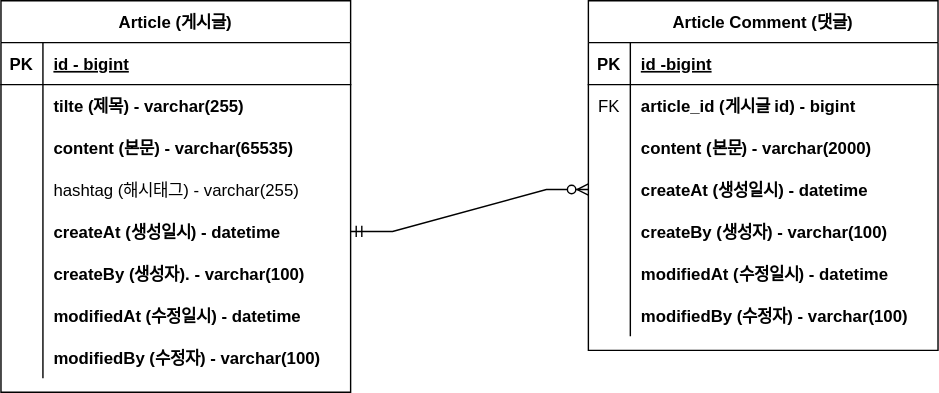
Earlier version of the draw.io export document/project-borad.svg (solfany/Spring-board-project). Source tidied: cells renumbered, new cells last; positions are measured from the earlier drawing's top-left corner, leaving out a move shared by most shapes.
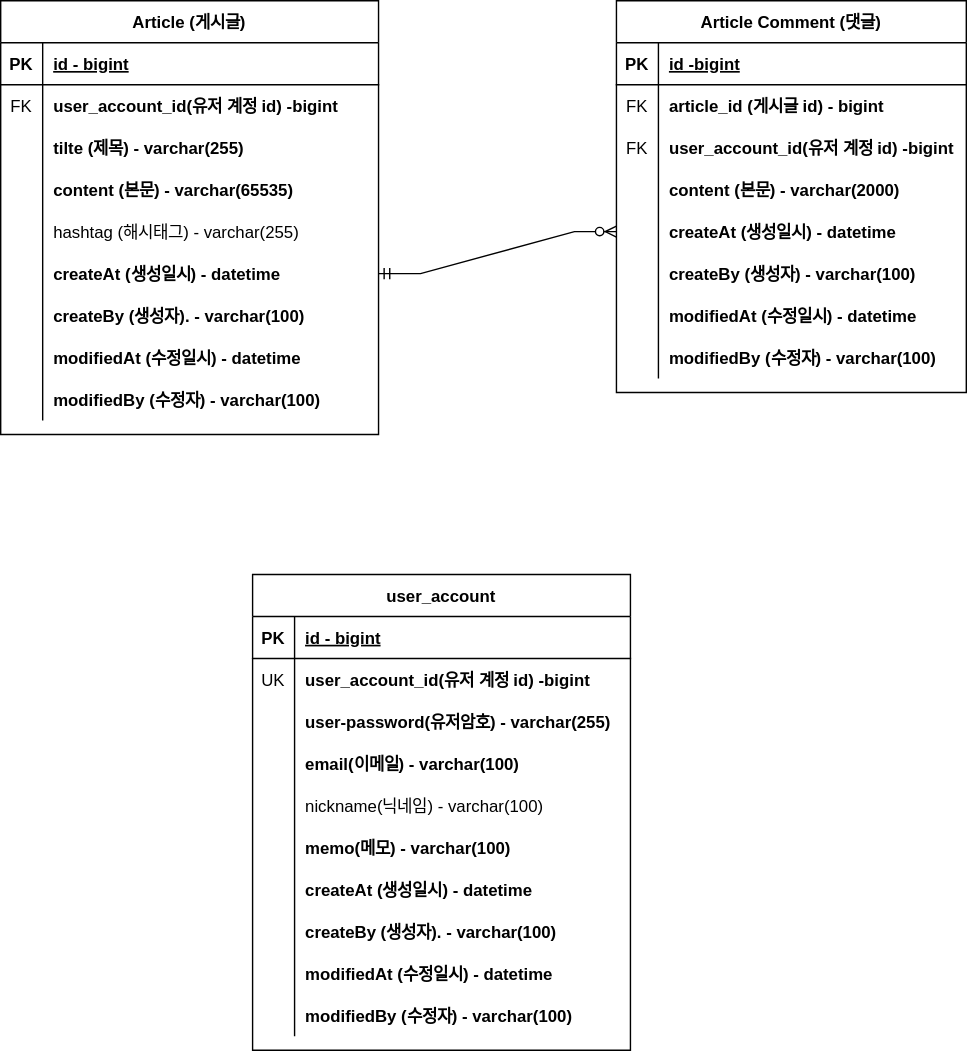
After the commit.

The edit, as a diff of the source:
```diff
@@ -3,82 +3,91 @@
     <mxCell id="0" />
     <mxCell id="1" parent="0" />
     <mxCell id="2" value="Article (게시글)" style="shape=table;startSize=30;rowLines=0;fontStyle=1;align=center;" parent="1" vertex="1">
-      <mxGeometry width="250" height="280" as="geometry" />
+      <mxGeometry x="-20" width="270" height="310" as="geometry" />
     </mxCell>
     <mxCell id="3" style="shape=partialRectangle;fillColor=none;top=0;left=0;right=0;bottom=1;" parent="2" vertex="1">
-      <mxGeometry y="30" width="250" height="30" as="geometry" />
+      <mxGeometry y="30" width="270" height="30" as="geometry" />
     </mxCell>
     <mxCell id="4" value="PK" style="shape=partialRectangle;overflow=hidden;fillColor=none;top=0;left=0;bottom=0;right=0;fontStyle=1;" parent="3" vertex="1">
       <mxGeometry width="30" height="30" as="geometry" />
     </mxCell>
     <mxCell id="5" value="id - bigint" style="shape=partialRectangle;overflow=hidden;fillColor=none;top=0;left=0;bottom=0;right=0;align=left;spacingLeft=6;fontStyle=5;" parent="3" vertex="1">
-      <mxGeometry x="30" width="220" height="30" as="geometry" />
+      <mxGeometry x="30" width="240" height="30" as="geometry" />
     </mxCell>
     <mxCell id="6" style="shape=partialRectangle;fillColor=none;top=0;left=0;right=0;bottom=0;" parent="2" vertex="1">
-      <mxGeometry y="60" width="250" height="30" as="geometry" />
+      <mxGeometry y="60" width="270" height="30" as="geometry" />
     </mxCell>
-    <mxCell id="7" style="shape=partialRectangle;overflow=hidden;fillColor=none;top=0;left=0;bottom=0;right=0;" parent="6" vertex="1">
+    <mxCell id="7" value="FK" style="shape=partialRectangle;overflow=hidden;fillColor=none;top=0;left=0;bottom=0;right=0;" parent="6" vertex="1">
       <mxGeometry width="30" height="30" as="geometry" />
     </mxCell>
-    <mxCell id="8" value="tilte (제목) - varchar(255)" style="shape=partialRectangle;overflow=hidden;fillColor=none;top=0;left=0;bottom=0;right=0;align=left;spacingLeft=6;fontStyle=1;" parent="6" vertex="1">
-      <mxGeometry x="30" width="220" height="30" as="geometry" />
+    <mxCell id="8" value="user_account_id(유저 계정 id) -bigint" style="shape=partialRectangle;overflow=hidden;fillColor=none;top=0;left=0;bottom=0;right=0;align=left;spacingLeft=6;fontStyle=1;" parent="6" vertex="1">
+      <mxGeometry x="30" width="240" height="30" as="geometry" />
     </mxCell>
+    <mxCell id="50" style="shape=partialRectangle;fillColor=none;top=0;left=0;right=0;bottom=0;" parent="2" vertex="1">
+      <mxGeometry y="90" width="270" height="30" as="geometry" />
+    </mxCell>
+    <mxCell id="51" style="shape=partialRectangle;overflow=hidden;fillColor=none;top=0;left=0;bottom=0;right=0;" parent="50" vertex="1">
+      <mxGeometry width="30" height="30" as="geometry" />
+    </mxCell>
+    <mxCell id="52" value="tilte (제목) - varchar(255)" style="shape=partialRectangle;overflow=hidden;fillColor=none;top=0;left=0;bottom=0;right=0;align=left;spacingLeft=6;fontStyle=1;" parent="50" vertex="1">
+      <mxGeometry x="30" width="240" height="30" as="geometry" />
+    </mxCell>
     <mxCell id="9" style="shape=partialRectangle;fillColor=none;top=0;left=0;right=0;bottom=0;" parent="2" vertex="1">
-      <mxGeometry y="90" width="250" height="30" as="geometry" />
+      <mxGeometry y="120" width="270" height="30" as="geometry" />
     </mxCell>
     <mxCell id="10" style="shape=partialRectangle;overflow=hidden;fillColor=none;top=0;left=0;bottom=0;right=0;" parent="9" vertex="1">
       <mxGeometry width="30" height="30" as="geometry" />
     </mxCell>
     <mxCell id="11" value="content (본문) - varchar(65535)" style="shape=partialRectangle;overflow=hidden;fillColor=none;top=0;left=0;bottom=0;right=0;align=left;spacingLeft=6;fontStyle=1;" parent="9" vertex="1">
-      <mxGeometry x="30" width="220" height="30" as="geometry" />
+      <mxGeometry x="30" width="240" height="30" as="geometry" />
     </mxCell>
     <mxCell id="12" style="shape=partialRectangle;fillColor=none;top=0;left=0;right=0;bottom=0;" parent="2" vertex="1">
-      <mxGeometry y="120" width="250" height="30" as="geometry" />
+      <mxGeometry y="150" width="270" height="30" as="geometry" />
     </mxCell>
     <mxCell id="13" style="shape=partialRectangle;overflow=hidden;fillColor=none;top=0;left=0;bottom=0;right=0;" parent="12" vertex="1">
       <mxGeometry width="30" height="30" as="geometry" />
     </mxCell>
     <mxCell id="14" value="hashtag (해시태그) - varchar(255)" style="shape=partialRectangle;overflow=hidden;fillColor=none;top=0;left=0;bottom=0;right=0;align=left;spacingLeft=6;" parent="12" vertex="1">
-      <mxGeometry x="30" width="220" height="30" as="geometry" />
+      <mxGeometry x="30" width="240" height="30" as="geometry" />
     </mxCell>
     <mxCell id="15" style="shape=partialRectangle;fillColor=none;points=[[0,0.5],[1,0.5]];portConstraint=eastwest;top=0;left=0;right=0;bottom=0;" parent="2" vertex="1">
-      <mxGeometry y="150" width="250" height="30" as="geometry" />
+      <mxGeometry y="180" width="270" height="30" as="geometry" />
     </mxCell>
     <mxCell id="16" style="shape=partialRectangle;overflow=hidden;fillColor=none;top=0;left=0;bottom=0;right=0;" parent="15" vertex="1">
       <mxGeometry width="30" height="30" as="geometry" />
     </mxCell>
     <mxCell id="17" value="createAt (생성일시) - datetime" style="shape=partialRectangle;overflow=hidden;fillColor=none;top=0;left=0;bottom=0;right=0;align=left;spacingLeft=6;fontStyle=1;" parent="15" vertex="1">
-      <mxGeometry x="30" width="220" height="30" as="geometry" />
+      <mxGeometry x="30" width="240" height="30" as="geometry" />
     </mxCell>
     <mxCell id="18" style="shape=partialRectangle;fillColor=none;top=0;left=0;right=0;bottom=0;" parent="2" vertex="1">
-      <mxGeometry y="180" width="250" height="30" as="geometry" />
+      <mxGeometry y="210" width="270" height="30" as="geometry" />
     </mxCell>
     <mxCell id="19" style="shape=partialRectangle;overflow=hidden;fillColor=none;top=0;left=0;bottom=0;right=0;" parent="18" vertex="1">
       <mxGeometry width="30" height="30" as="geometry" />
     </mxCell>
     <mxCell id="20" value="createBy (생성자). - varchar(100)" style="shape=partialRectangle;overflow=hidden;fillColor=none;top=0;left=0;bottom=0;right=0;align=left;spacingLeft=6;fontStyle=1;" parent="18" vertex="1">
-      <mxGeometry x="30" width="220" height="30" as="geometry" />
+      <mxGeometry x="30" width="240" height="30" as="geometry" />
     </mxCell>
     <mxCell id="21" style="shape=partialRectangle;fillColor=none;top=0;left=0;right=0;bottom=0;" parent="2" vertex="1">
-      <mxGeometry y="210" width="250" height="30" as="geometry" />
+      <mxGeometry y="240" width="270" height="30" as="geometry" />
     </mxCell>
     <mxCell id="22" style="shape=partialRectangle;overflow=hidden;fillColor=none;top=0;left=0;bottom=0;right=0;" parent="21" vertex="1">
       <mxGeometry width="30" height="30" as="geometry" />
     </mxCell>
     <mxCell id="23" value="modifiedAt (수정일시) - datetime" style="shape=partialRectangle;overflow=hidden;fillColor=none;top=0;left=0;bottom=0;right=0;align=left;spacingLeft=6;fontStyle=1;" parent="21" vertex="1">
-      <mxGeometry x="30" width="220" height="30" as="geometry" />
+      <mxGeometry x="30" width="240" height="30" as="geometry" />
     </mxCell>
     <mxCell id="24" style="shape=partialRectangle;fillColor=none;top=0;left=0;right=0;bottom=0;" parent="2" vertex="1">
-      <mxGeometry y="240" width="250" height="30" as="geometry" />
+      <mxGeometry y="270" width="270" height="30" as="geometry" />
     </mxCell>
     <mxCell id="25" style="shape=partialRectangle;overflow=hidden;fillColor=none;top=0;left=0;bottom=0;right=0;" parent="24" vertex="1">
       <mxGeometry width="30" height="30" as="geometry" />
     </mxCell>
     <mxCell id="26" value="modifiedBy (수정자) - varchar(100)" style="shape=partialRectangle;overflow=hidden;fillColor=none;top=0;left=0;bottom=0;right=0;align=left;spacingLeft=6;fontStyle=1;" parent="24" vertex="1">
-      <mxGeometry x="30" width="220" height="30" as="geometry" />
+      <mxGeometry x="30" width="240" height="30" as="geometry" />
     </mxCell>
     <mxCell id="27" value="Article Comment (댓글)" style="shape=table;startSize=30;rowLines=0;fontStyle=1;align=center;" parent="1" vertex="1">
-      <mxGeometry x="420" width="250" height="250" as="geometry" />
+      <mxGeometry x="420" width="250" height="280" as="geometry" />
     </mxCell>
     <mxCell id="28" style="shape=partialRectangle;fillColor=none;top=0;left=0;right=0;bottom=1;" parent="27" vertex="1">
       <mxGeometry y="30" width="250" height="30" as="geometry" />
@@ -98,8 +107,17 @@
     <mxCell id="33" value="article_id (게시글 id) - bigint" style="shape=partialRectangle;overflow=hidden;fillColor=none;top=0;left=0;bottom=0;right=0;align=left;spacingLeft=6;fontStyle=1;" parent="31" vertex="1">
       <mxGeometry x="30" width="220" height="30" as="geometry" />
     </mxCell>
+    <mxCell id="53" style="shape=partialRectangle;fillColor=none;top=0;left=0;right=0;bottom=0;" parent="27" vertex="1">
+      <mxGeometry y="90" width="250" height="30" as="geometry" />
+    </mxCell>
+    <mxCell id="54" value="FK" style="shape=partialRectangle;overflow=hidden;fillColor=none;top=0;left=0;bottom=0;right=0;" parent="53" vertex="1">
+      <mxGeometry width="30" height="30" as="geometry" />
+    </mxCell>
+    <mxCell id="55" value="user_account_id(유저 계정 id) -bigint" style="shape=partialRectangle;overflow=hidden;fillColor=none;top=0;left=0;bottom=0;right=0;align=left;spacingLeft=6;fontStyle=1;" parent="53" vertex="1">
+      <mxGeometry x="30" width="220" height="30" as="geometry" />
+    </mxCell>
     <mxCell id="34" style="shape=partialRectangle;fillColor=none;top=0;left=0;right=0;bottom=0;" parent="27" vertex="1">
-      <mxGeometry y="90" width="250" height="30" as="geometry" />
+      <mxGeometry y="120" width="250" height="30" as="geometry" />
     </mxCell>
     <mxCell id="35" style="shape=partialRectangle;overflow=hidden;fillColor=none;top=0;left=0;bottom=0;right=0;" parent="34" vertex="1">
       <mxGeometry width="30" height="30" as="geometry" />
@@ -108,7 +126,7 @@
       <mxGeometry x="30" width="220" height="30" as="geometry" />
     </mxCell>
     <mxCell id="37" style="shape=partialRectangle;fillColor=none;points=[[0,0.5],[1,0.5]];portConstraint=eastwest;top=0;left=0;right=0;bottom=0;" parent="27" vertex="1">
-      <mxGeometry y="120" width="250" height="30" as="geometry" />
+      <mxGeometry y="150" width="250" height="30" as="geometry" />
     </mxCell>
     <mxCell id="38" style="shape=partialRectangle;overflow=hidden;fillColor=none;top=0;left=0;bottom=0;right=0;" parent="37" vertex="1">
       <mxGeometry width="30" height="30" as="geometry" />
@@ -117,7 +135,7 @@
       <mxGeometry x="30" width="220" height="30" as="geometry" />
     </mxCell>
     <mxCell id="40" style="shape=partialRectangle;fillColor=none;top=0;left=0;right=0;bottom=0;" parent="27" vertex="1">
-      <mxGeometry y="150" width="250" height="30" as="geometry" />
+      <mxGeometry y="180" width="250" height="30" as="geometry" />
     </mxCell>
     <mxCell id="41" style="shape=partialRectangle;overflow=hidden;fillColor=none;top=0;left=0;bottom=0;right=0;" parent="40" vertex="1">
       <mxGeometry width="30" height="30" as="geometry" />
@@ -126,7 +144,7 @@
       <mxGeometry x="30" width="220" height="30" as="geometry" />
     </mxCell>
     <mxCell id="43" style="shape=partialRectangle;fillColor=none;top=0;left=0;right=0;bottom=0;" parent="27" vertex="1">
-      <mxGeometry y="180" width="250" height="30" as="geometry" />
+      <mxGeometry y="210" width="250" height="30" as="geometry" />
     </mxCell>
     <mxCell id="44" style="shape=partialRectangle;overflow=hidden;fillColor=none;top=0;left=0;bottom=0;right=0;" parent="43" vertex="1">
       <mxGeometry width="30" height="30" as="geometry" />
@@ -135,7 +153,7 @@
       <mxGeometry x="30" width="220" height="30" as="geometry" />
     </mxCell>
     <mxCell id="46" style="shape=partialRectangle;fillColor=none;top=0;left=0;right=0;bottom=0;" parent="27" vertex="1">
-      <mxGeometry y="210" width="250" height="30" as="geometry" />
+      <mxGeometry y="240" width="250" height="30" as="geometry" />
     </mxCell>
     <mxCell id="47" style="shape=partialRectangle;overflow=hidden;fillColor=none;top=0;left=0;bottom=0;right=0;" parent="46" vertex="1">
       <mxGeometry width="30" height="30" as="geometry" />
@@ -146,5 +164,98 @@
     <mxCell id="49" style="edgeStyle=entityRelationEdgeStyle;fontSize=12;html=1;endArrow=ERzeroToMany;startArrow=ERmandOne;rounded=0;exitX=1;exitY=0.5;exitDx=0;exitDy=0;entryX=0;entryY=0.5;entryDx=0;entryDy=0;" parent="1" edge="1" source="15" target="37">
       <mxGeometry relative="1" as="geometry" />
     </mxCell>
+    <mxCell id="56" value="user_account" style="shape=table;startSize=30;rowLines=0;fontStyle=1;align=center;" parent="1" vertex="1">
+      <mxGeometry x="160" y="410" width="270" height="340" as="geometry" />
+    </mxCell>
+    <mxCell id="57" style="shape=partialRectangle;fillColor=none;top=0;left=0;right=0;bottom=1;" parent="56" vertex="1">
+      <mxGeometry y="30" width="270" height="30" as="geometry" />
+    </mxCell>
+    <mxCell id="58" value="PK" style="shape=partialRectangle;overflow=hidden;fillColor=none;top=0;left=0;bottom=0;right=0;fontStyle=1;" parent="57" vertex="1">
+      <mxGeometry width="30" height="30" as="geometry" />
+    </mxCell>
+    <mxCell id="59" value="id - bigint" style="shape=partialRectangle;overflow=hidden;fillColor=none;top=0;left=0;bottom=0;right=0;align=left;spacingLeft=6;fontStyle=5;" parent="57" vertex="1">
+      <mxGeometry x="30" width="240" height="30" as="geometry" />
+    </mxCell>
+    <mxCell id="60" style="shape=partialRectangle;fillColor=none;top=0;left=0;right=0;bottom=0;" parent="56" vertex="1">
+      <mxGeometry y="60" width="270" height="30" as="geometry" />
+    </mxCell>
+    <mxCell id="61" value="UK" style="shape=partialRectangle;overflow=hidden;fillColor=none;top=0;left=0;bottom=0;right=0;" parent="60" vertex="1">
+      <mxGeometry width="30" height="30" as="geometry" />
+    </mxCell>
+    <mxCell id="62" value="user_account_id(유저 계정 id) -bigint" style="shape=partialRectangle;overflow=hidden;fillColor=none;top=0;left=0;bottom=0;right=0;align=left;spacingLeft=6;fontStyle=1;" parent="60" vertex="1">
+      <mxGeometry x="30" width="240" height="30" as="geometry" />
+    </mxCell>
+    <mxCell id="63" style="shape=partialRectangle;fillColor=none;top=0;left=0;right=0;bottom=0;" parent="56" vertex="1">
+      <mxGeometry y="90" width="270" height="30" as="geometry" />
+    </mxCell>
+    <mxCell id="64" style="shape=partialRectangle;overflow=hidden;fillColor=none;top=0;left=0;bottom=0;right=0;" parent="63" vertex="1">
+      <mxGeometry width="30" height="30" as="geometry" />
+    </mxCell>
+    <mxCell id="65" value="user-password(유저암호) - varchar(255)" style="shape=partialRectangle;overflow=hidden;fillColor=none;top=0;left=0;bottom=0;right=0;align=left;spacingLeft=6;fontStyle=1;" parent="63" vertex="1">
+      <mxGeometry x="30" width="240" height="30" as="geometry" />
+    </mxCell>
+    <mxCell id="66" style="shape=partialRectangle;fillColor=none;top=0;left=0;right=0;bottom=0;" parent="56" vertex="1">
+      <mxGeometry y="120" width="270" height="30" as="geometry" />
+    </mxCell>
+    <mxCell id="67" style="shape=partialRectangle;overflow=hidden;fillColor=none;top=0;left=0;bottom=0;right=0;" parent="66" vertex="1">
+      <mxGeometry width="30" height="30" as="geometry" />
+    </mxCell>
+    <mxCell id="68" value="email(이메일) - varchar(100)" style="shape=partialRectangle;overflow=hidden;fillColor=none;top=0;left=0;bottom=0;right=0;align=left;spacingLeft=6;fontStyle=1;" parent="66" vertex="1">
+      <mxGeometry x="30" width="240" height="30" as="geometry" />
+    </mxCell>
+    <mxCell id="69" style="shape=partialRectangle;fillColor=none;top=0;left=0;right=0;bottom=0;" parent="56" vertex="1">
+      <mxGeometry y="150" width="270" height="30" as="geometry" />
+    </mxCell>
+    <mxCell id="70" style="shape=partialRectangle;overflow=hidden;fillColor=none;top=0;left=0;bottom=0;right=0;" parent="69" vertex="1">
+      <mxGeometry width="30" height="30" as="geometry" />
+    </mxCell>
+    <mxCell id="71" value="nickname(닉네임) - varchar(100)" style="shape=partialRectangle;overflow=hidden;fillColor=none;top=0;left=0;bottom=0;right=0;align=left;spacingLeft=6;" parent="69" vertex="1">
+      <mxGeometry x="30" width="240" height="30" as="geometry" />
+    </mxCell>
+    <mxCell id="72" style="shape=partialRectangle;fillColor=none;top=0;left=0;right=0;bottom=0;" parent="56" vertex="1">
+      <mxGeometry y="180" width="270" height="30" as="geometry" />
+    </mxCell>
+    <mxCell id="73" style="shape=partialRectangle;overflow=hidden;fillColor=none;top=0;left=0;bottom=0;right=0;" parent="72" vertex="1">
+      <mxGeometry width="30" height="30" as="geometry" />
+    </mxCell>
+    <mxCell id="74" value="memo(메모) - varchar(100)" style="shape=partialRectangle;overflow=hidden;fillColor=none;top=0;left=0;bottom=0;right=0;align=left;spacingLeft=6;fontStyle=1;" parent="72" vertex="1">
+      <mxGeometry x="30" width="240" height="30" as="geometry" />
+    </mxCell>
+    <mxCell id="75" style="shape=partialRectangle;fillColor=none;top=0;left=0;right=0;bottom=0;" parent="56" vertex="1">
+      <mxGeometry y="210" width="270" height="30" as="geometry" />
+    </mxCell>
+    <mxCell id="76" style="shape=partialRectangle;overflow=hidden;fillColor=none;top=0;left=0;bottom=0;right=0;" parent="75" vertex="1">
+      <mxGeometry width="30" height="30" as="geometry" />
+    </mxCell>
+    <mxCell id="77" value="createAt (생성일시) - datetime" style="shape=partialRectangle;overflow=hidden;fillColor=none;top=0;left=0;bottom=0;right=0;align=left;spacingLeft=6;fontStyle=1;" parent="75" vertex="1">
+      <mxGeometry x="30" width="240" height="30" as="geometry" />
+    </mxCell>
+    <mxCell id="78" style="shape=partialRectangle;fillColor=none;top=0;left=0;right=0;bottom=0;" parent="56" vertex="1">
+      <mxGeometry y="240" width="270" height="30" as="geometry" />
+    </mxCell>
+    <mxCell id="79" style="shape=partialRectangle;overflow=hidden;fillColor=none;top=0;left=0;bottom=0;right=0;" parent="78" vertex="1">
+      <mxGeometry width="30" height="30" as="geometry" />
+    </mxCell>
+    <mxCell id="80" value="createBy (생성자). - varchar(100)" style="shape=partialRectangle;overflow=hidden;fillColor=none;top=0;left=0;bottom=0;right=0;align=left;spacingLeft=6;fontStyle=1;" parent="78" vertex="1">
+      <mxGeometry x="30" width="240" height="30" as="geometry" />
+    </mxCell>
+    <mxCell id="81" style="shape=partialRectangle;fillColor=none;top=0;left=0;right=0;bottom=0;" parent="56" vertex="1">
+      <mxGeometry y="270" width="270" height="30" as="geometry" />
+    </mxCell>
+    <mxCell id="82" style="shape=partialRectangle;overflow=hidden;fillColor=none;top=0;left=0;bottom=0;right=0;" parent="81" vertex="1">
+      <mxGeometry width="30" height="30" as="geometry" />
+    </mxCell>
+    <mxCell id="83" value="modifiedAt (수정일시) - datetime" style="shape=partialRectangle;overflow=hidden;fillColor=none;top=0;left=0;bottom=0;right=0;align=left;spacingLeft=6;fontStyle=1;" parent="81" vertex="1">
+      <mxGeometry x="30" width="240" height="30" as="geometry" />
+    </mxCell>
+    <mxCell id="84" style="shape=partialRectangle;fillColor=none;top=0;left=0;right=0;bottom=0;" parent="56" vertex="1">
+      <mxGeometry y="300" width="270" height="30" as="geometry" />
+    </mxCell>
+    <mxCell id="85" style="shape=partialRectangle;overflow=hidden;fillColor=none;top=0;left=0;bottom=0;right=0;" parent="84" vertex="1">
+      <mxGeometry width="30" height="30" as="geometry" />
+    </mxCell>
+    <mxCell id="86" value="modifiedBy (수정자) - varchar(100)" style="shape=partialRectangle;overflow=hidden;fillColor=none;top=0;left=0;bottom=0;right=0;align=left;spacingLeft=6;fontStyle=1;" parent="84" vertex="1">
+      <mxGeometry x="30" width="240" height="30" as="geometry" />
+    </mxCell>
   </root>
 </mxGraphModel>
```
